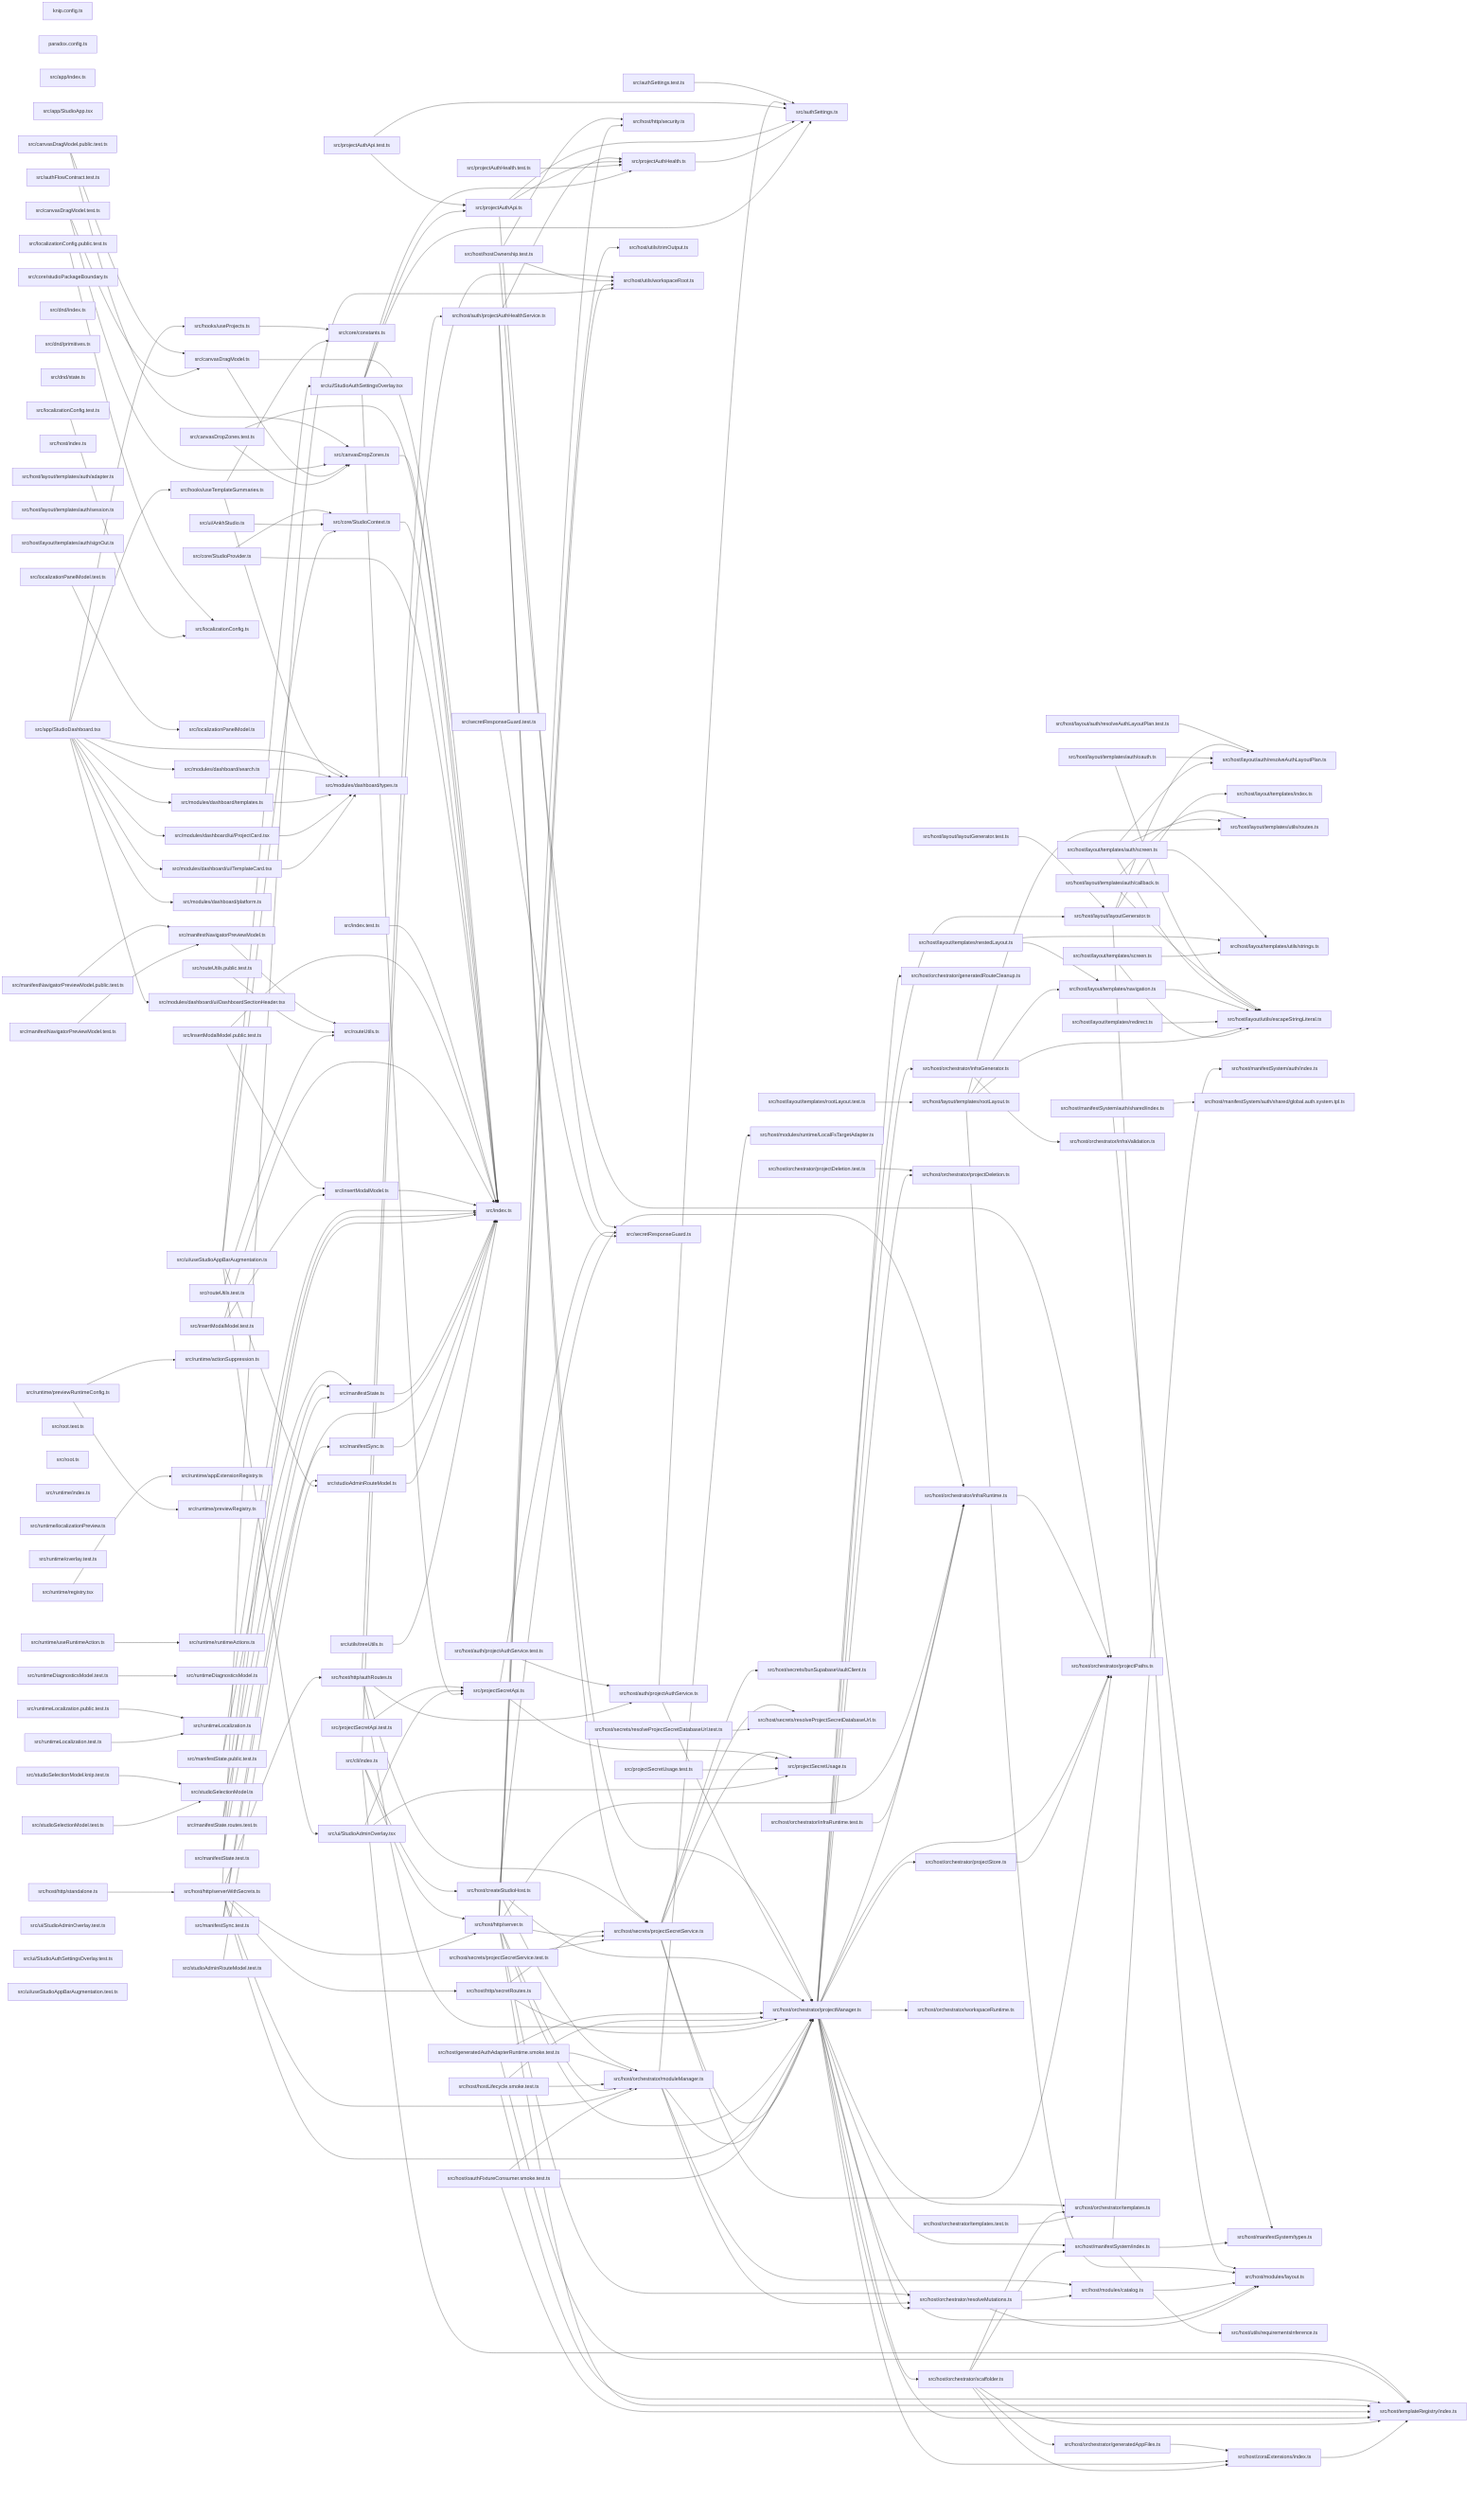
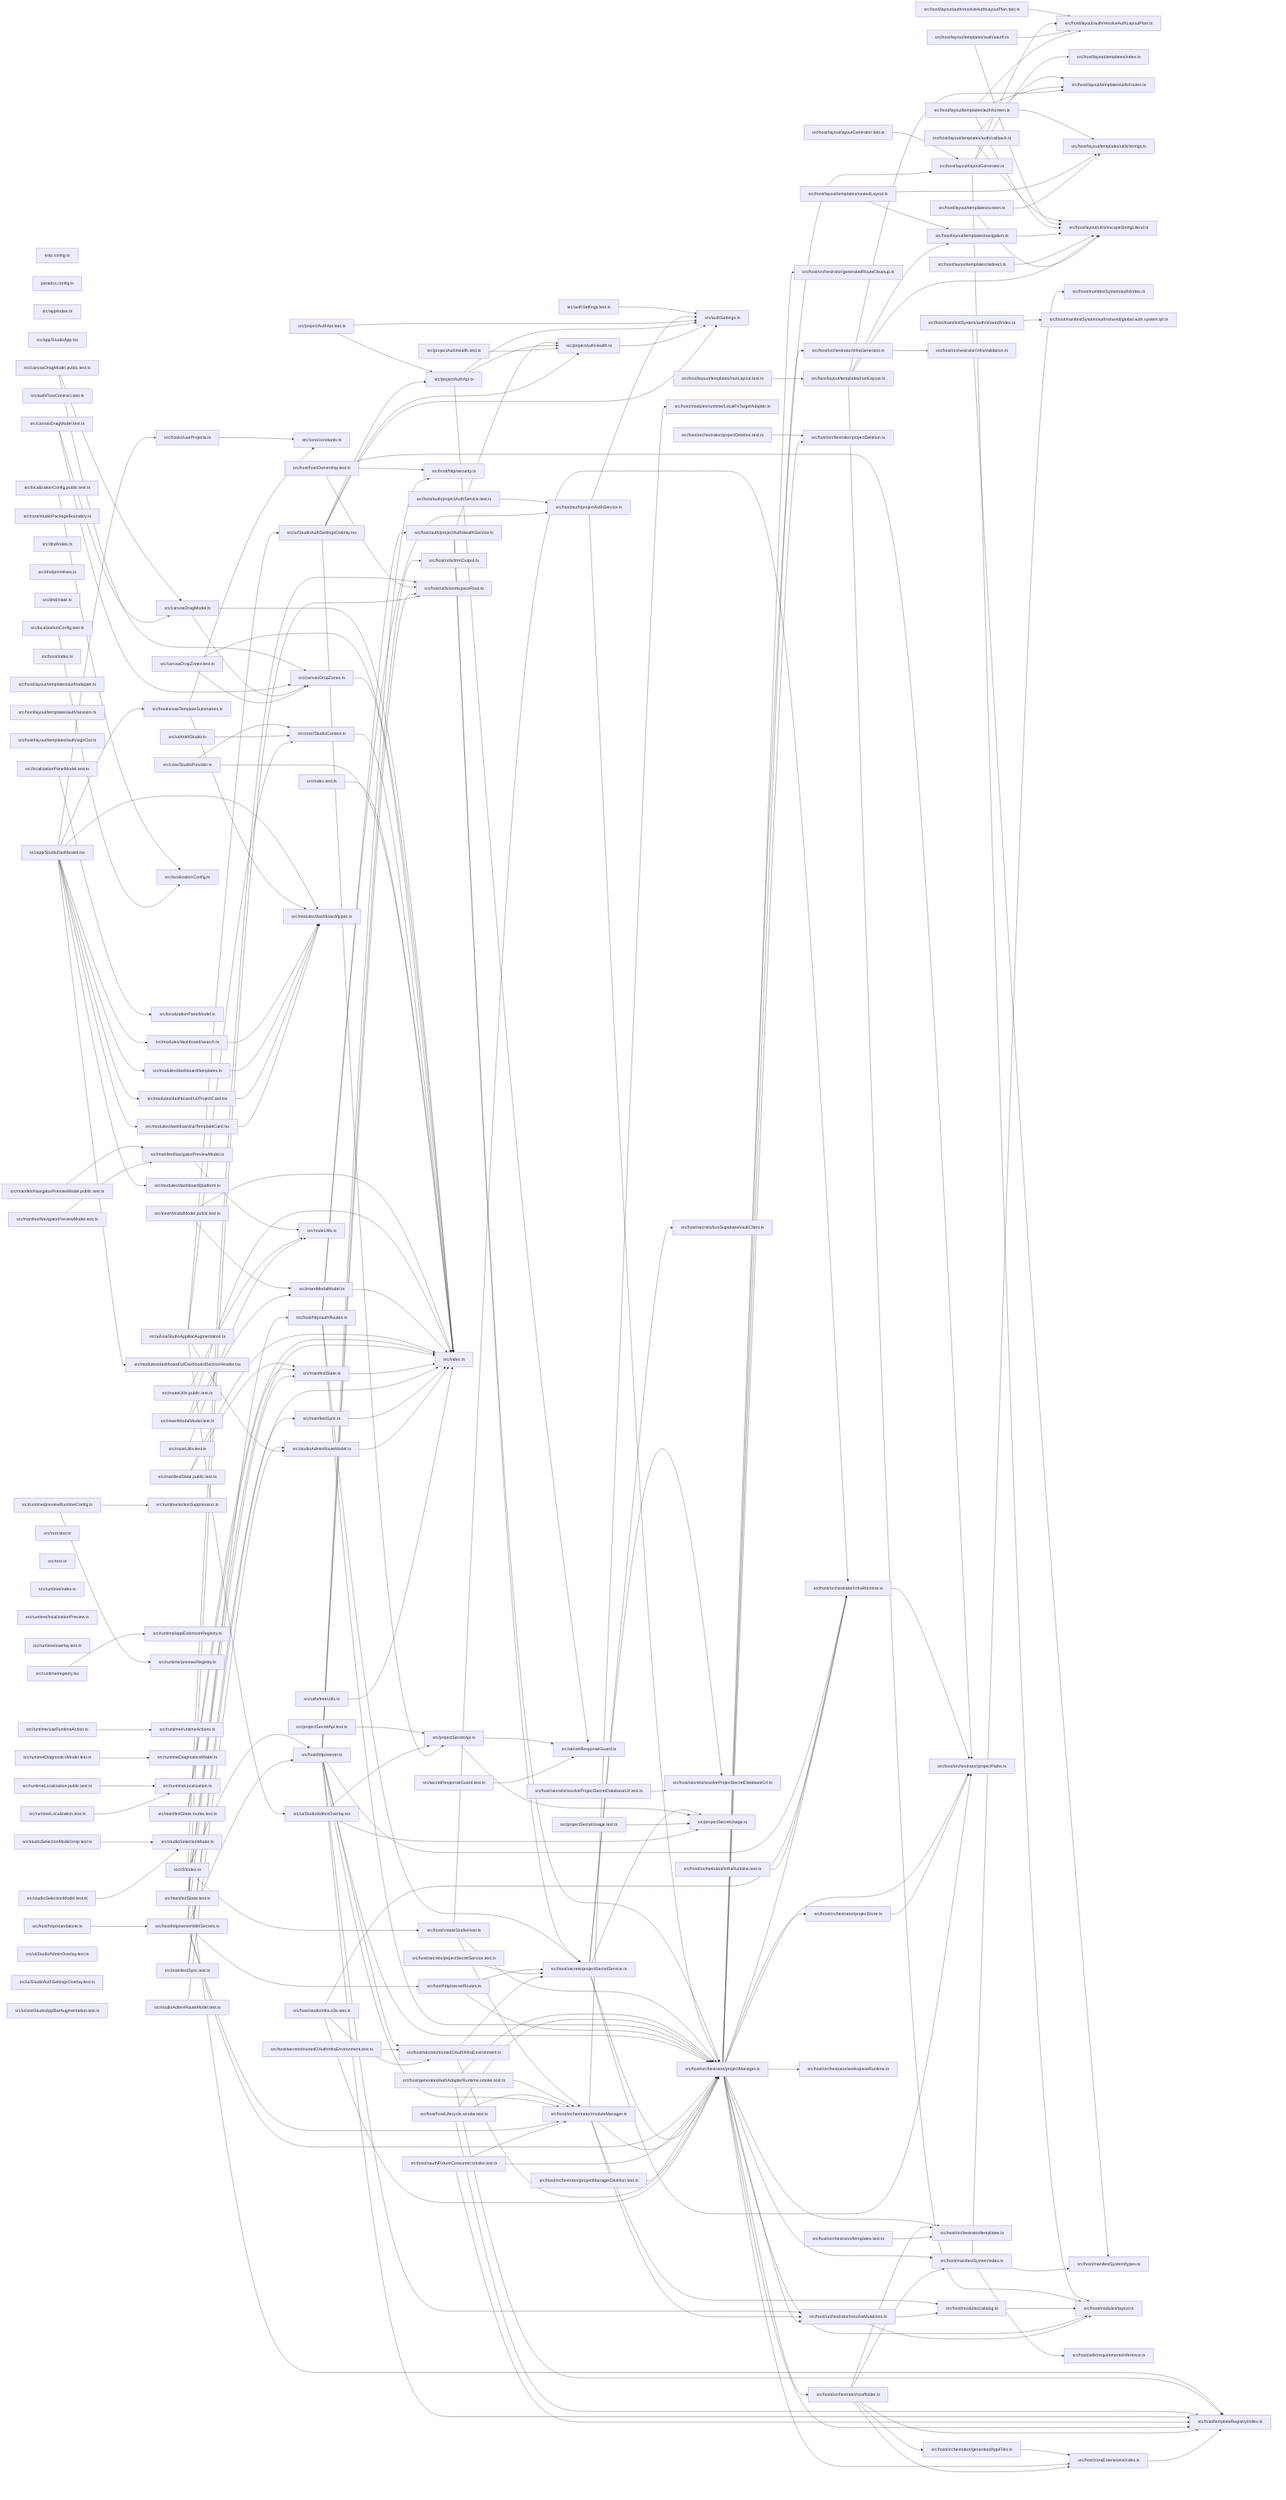
graph LR
  module_knip_config_ts["knip.config.ts"]
  module_paradox_config_ts["paradox.config.ts"]
  module_src_app_index_ts["src/app/index.ts"]
  module_src_app_StudioApp_tsx["src/app/StudioApp.tsx"]
  module_src_app_StudioDashboard_tsx["src/app/StudioDashboard.tsx"]
  module_src_authFlowContract_test_ts["src/authFlowContract.test.ts"]
  module_src_authSettings_test_ts["src/authSettings.test.ts"]
  module_src_authSettings_ts["src/authSettings.ts"]
  module_src_canvasDragModel_public_test_ts["src/canvasDragModel.public.test.ts"]
  module_src_canvasDragModel_test_ts["src/canvasDragModel.test.ts"]
  module_src_canvasDragModel_ts["src/canvasDragModel.ts"]
  module_src_canvasDropZones_test_ts["src/canvasDropZones.test.ts"]
  module_src_canvasDropZones_ts["src/canvasDropZones.ts"]
  module_src_cli_index_ts["src/cli/index.ts"]
  module_src_core_constants_ts["src/core/constants.ts"]
  module_src_core_StudioContext_ts["src/core/StudioContext.ts"]
  module_src_core_studioPackageBoundary_ts["src/core/studioPackageBoundary.ts"]
  module_src_core_StudioProvider_ts["src/core/StudioProvider.ts"]
  module_src_dnd_index_ts["src/dnd/index.ts"]
  module_src_dnd_primitives_ts["src/dnd/primitives.ts"]
  module_src_dnd_state_ts["src/dnd/state.ts"]
  module_src_hooks_useProjects_ts["src/hooks/useProjects.ts"]
  module_src_hooks_useTemplateSummaries_ts["src/hooks/useTemplateSummaries.ts"]
  module_src_host_auth_projectAuthHealthService_ts["src/host/auth/projectAuthHealthService.ts"]
  module_src_host_auth_projectAuthService_test_ts["src/host/auth/projectAuthService.test.ts"]
  module_src_host_auth_projectAuthService_ts["src/host/auth/projectAuthService.ts"]
  module_src_host_createStudioHost_ts["src/host/createStudioHost.ts"]
  module_src_host_generatedAuthAdapterRuntime_smoke_test_ts["src/host/generatedAuthAdapterRuntime.smoke.test.ts"]
  module_src_host_hostLifecycle_smoke_test_ts["src/host/hostLifecycle.smoke.test.ts"]
  module_src_host_hostOwnership_test_ts["src/host/hostOwnership.test.ts"]
  module_src_host_http_authRoutes_ts["src/host/http/authRoutes.ts"]
  module_src_host_http_secretRoutes_ts["src/host/http/secretRoutes.ts"]
  module_src_host_http_security_ts["src/host/http/security.ts"]
  module_src_host_http_server_ts["src/host/http/server.ts"]
  module_src_host_http_serverWithSecrets_ts["src/host/http/serverWithSecrets.ts"]
  module_src_host_http_standalone_ts["src/host/http/standalone.ts"]
  module_src_host_index_ts["src/host/index.ts"]
  module_src_host_layout_auth_resolveAuthLayoutPlan_test_ts["src/host/layout/auth/resolveAuthLayoutPlan.test.ts"]
  module_src_host_layout_auth_resolveAuthLayoutPlan_ts["src/host/layout/auth/resolveAuthLayoutPlan.ts"]
  module_src_host_layout_layoutGenerator_test_ts["src/host/layout/layoutGenerator.test.ts"]
  module_src_host_layout_layoutGenerator_ts["src/host/layout/layoutGenerator.ts"]
  module_src_host_layout_templates_auth_adapter_ts["src/host/layout/templates/auth/adapter.ts"]
  module_src_host_layout_templates_auth_callback_ts["src/host/layout/templates/auth/callback.ts"]
  module_src_host_layout_templates_auth_oauth_ts["src/host/layout/templates/auth/oauth.ts"]
  module_src_host_layout_templates_auth_screen_ts["src/host/layout/templates/auth/screen.ts"]
  module_src_host_layout_templates_auth_session_ts["src/host/layout/templates/auth/session.ts"]
  module_src_host_layout_templates_auth_signOut_ts["src/host/layout/templates/auth/signOut.ts"]
  module_src_host_layout_templates_index_ts["src/host/layout/templates/index.ts"]
  module_src_host_layout_templates_navigation_ts["src/host/layout/templates/navigation.ts"]
  module_src_host_layout_templates_nestedLayout_ts["src/host/layout/templates/nestedLayout.ts"]
  module_src_host_layout_templates_redirect_ts["src/host/layout/templates/redirect.ts"]
  module_src_host_layout_templates_rootLayout_test_ts["src/host/layout/templates/rootLayout.test.ts"]
  module_src_host_layout_templates_rootLayout_ts["src/host/layout/templates/rootLayout.ts"]
  module_src_host_layout_templates_screen_ts["src/host/layout/templates/screen.ts"]
  module_src_host_layout_templates_utils_routes_ts["src/host/layout/templates/utils/routes.ts"]
  module_src_host_layout_templates_utils_strings_ts["src/host/layout/templates/utils/strings.ts"]
  module_src_host_layout_utils_escapeStringLiteral_ts["src/host/layout/utils/escapeStringLiteral.ts"]
  module_src_host_manifestSystem_auth_index_ts["src/host/manifestSystem/auth/index.ts"]
  module_src_host_manifestSystem_auth_shared_global_auth_system_tpl_ts["src/host/manifestSystem/auth/shared/global.auth.system.tpl.ts"]
  module_src_host_manifestSystem_auth_shared_index_ts["src/host/manifestSystem/auth/shared/index.ts"]
  module_src_host_manifestSystem_index_ts["src/host/manifestSystem/index.ts"]
  module_src_host_manifestSystem_types_ts["src/host/manifestSystem/types.ts"]
  module_src_host_modules_catalog_ts["src/host/modules/catalog.ts"]
  module_src_host_modules_layout_ts["src/host/modules/layout.ts"]
  module_src_host_modules_runtime_LocalFsTargetAdapter_ts["src/host/modules/runtime/LocalFsTargetAdapter.ts"]
  module_src_host_oauthFixtureConsumer_smoke_test_ts["src/host/oauthFixtureConsumer.smoke.test.ts"]
  module_src_host_orchestrator_generatedAppFiles_ts["src/host/orchestrator/generatedAppFiles.ts"]
  module_src_host_orchestrator_generatedRouteCleanup_ts["src/host/orchestrator/generatedRouteCleanup.ts"]
  module_src_host_orchestrator_infraGenerator_ts["src/host/orchestrator/infraGenerator.ts"]
  module_src_host_orchestrator_infraRuntime_test_ts["src/host/orchestrator/infraRuntime.test.ts"]
  module_src_host_orchestrator_infraRuntime_ts["src/host/orchestrator/infraRuntime.ts"]
  module_src_host_orchestrator_infraValidation_ts["src/host/orchestrator/infraValidation.ts"]
  module_src_host_orchestrator_moduleManager_ts["src/host/orchestrator/moduleManager.ts"]
  module_src_host_orchestrator_projectDeletion_test_ts["src/host/orchestrator/projectDeletion.test.ts"]
  module_src_host_orchestrator_projectDeletion_ts["src/host/orchestrator/projectDeletion.ts"]
  module_src_host_orchestrator_projectManager_ts["src/host/orchestrator/projectManager.ts"]
+   module_src_host_orchestrator_projectManagerDeletion_test_ts["src/host/orchestrator/projectManagerDeletion.test.ts"]
  module_src_host_orchestrator_projectPaths_ts["src/host/orchestrator/projectPaths.ts"]
  module_src_host_orchestrator_projectStore_ts["src/host/orchestrator/projectStore.ts"]
  module_src_host_orchestrator_resolveMutations_ts["src/host/orchestrator/resolveMutations.ts"]
  module_src_host_orchestrator_scaffolder_ts["src/host/orchestrator/scaffolder.ts"]
  module_src_host_orchestrator_templates_test_ts["src/host/orchestrator/templates.test.ts"]
  module_src_host_orchestrator_templates_ts["src/host/orchestrator/templates.ts"]
  module_src_host_orchestrator_workspaceRuntime_ts["src/host/orchestrator/workspaceRuntime.ts"]
  module_src_host_secrets_bunSupabaseVaultClient_ts["src/host/secrets/bunSupabaseVaultClient.ts"]
  module_src_host_secrets_projectSecretService_test_ts["src/host/secrets/projectSecretService.test.ts"]
  module_src_host_secrets_projectSecretService_ts["src/host/secrets/projectSecretService.ts"]
  module_src_host_secrets_resolveProjectSecretDatabaseUrl_test_ts["src/host/secrets/resolveProjectSecretDatabaseUrl.test.ts"]
  module_src_host_secrets_resolveProjectSecretDatabaseUrl_ts["src/host/secrets/resolveProjectSecretDatabaseUrl.ts"]
+   module_src_host_secrets_trustedOAuthInfraEnvironment_test_ts["src/host/secrets/trustedOAuthInfraEnvironment.test.ts"]
+   module_src_host_secrets_trustedOAuthInfraEnvironment_ts["src/host/secrets/trustedOAuthInfraEnvironment.ts"]
+   module_src_host_studioInfra_e2e_test_ts["src/host/studioInfra.e2e.test.ts"]
  module_src_host_templateRegistry_index_ts["src/host/templateRegistry/index.ts"]
  module_src_host_utils_requirementsInference_ts["src/host/utils/requirementsInference.ts"]
  module_src_host_utils_trimOutput_ts["src/host/utils/trimOutput.ts"]
  module_src_host_utils_workspaceRoot_ts["src/host/utils/workspaceRoot.ts"]
  module_src_host_zoraExtensions_index_ts["src/host/zoraExtensions/index.ts"]
  module_src_index_test_ts["src/index.test.ts"]
  module_src_index_ts["src/index.ts"]
  module_src_insertModalModel_public_test_ts["src/insertModalModel.public.test.ts"]
  module_src_insertModalModel_test_ts["src/insertModalModel.test.ts"]
  module_src_insertModalModel_ts["src/insertModalModel.ts"]
  module_src_localizationConfig_public_test_ts["src/localizationConfig.public.test.ts"]
  module_src_localizationConfig_test_ts["src/localizationConfig.test.ts"]
  module_src_localizationConfig_ts["src/localizationConfig.ts"]
  module_src_localizationPanelModel_test_ts["src/localizationPanelModel.test.ts"]
  module_src_localizationPanelModel_ts["src/localizationPanelModel.ts"]
  module_src_manifestNavigatorPreviewModel_public_test_ts["src/manifestNavigatorPreviewModel.public.test.ts"]
  module_src_manifestNavigatorPreviewModel_test_ts["src/manifestNavigatorPreviewModel.test.ts"]
  module_src_manifestNavigatorPreviewModel_ts["src/manifestNavigatorPreviewModel.ts"]
  module_src_manifestState_public_test_ts["src/manifestState.public.test.ts"]
  module_src_manifestState_routes_test_ts["src/manifestState.routes.test.ts"]
  module_src_manifestState_test_ts["src/manifestState.test.ts"]
  module_src_manifestState_ts["src/manifestState.ts"]
  module_src_manifestSync_test_ts["src/manifestSync.test.ts"]
  module_src_manifestSync_ts["src/manifestSync.ts"]
  module_src_modules_dashboard_platform_ts["src/modules/dashboard/platform.ts"]
  module_src_modules_dashboard_search_ts["src/modules/dashboard/search.ts"]
  module_src_modules_dashboard_templates_ts["src/modules/dashboard/templates.ts"]
  module_src_modules_dashboard_types_ts["src/modules/dashboard/types.ts"]
  module_src_modules_dashboard_ui_DashboardSectionHeader_tsx["src/modules/dashboard/ui/DashboardSectionHeader.tsx"]
  module_src_modules_dashboard_ui_ProjectCard_tsx["src/modules/dashboard/ui/ProjectCard.tsx"]
  module_src_modules_dashboard_ui_TemplateCard_tsx["src/modules/dashboard/ui/TemplateCard.tsx"]
  module_src_projectAuthApi_test_ts["src/projectAuthApi.test.ts"]
  module_src_projectAuthApi_ts["src/projectAuthApi.ts"]
  module_src_projectAuthHealth_test_ts["src/projectAuthHealth.test.ts"]
  module_src_projectAuthHealth_ts["src/projectAuthHealth.ts"]
  module_src_projectSecretApi_test_ts["src/projectSecretApi.test.ts"]
  module_src_projectSecretApi_ts["src/projectSecretApi.ts"]
  module_src_projectSecretUsage_test_ts["src/projectSecretUsage.test.ts"]
  module_src_projectSecretUsage_ts["src/projectSecretUsage.ts"]
  module_src_root_test_ts["src/root.test.ts"]
  module_src_root_ts["src/root.ts"]
  module_src_routeUtils_public_test_ts["src/routeUtils.public.test.ts"]
  module_src_routeUtils_test_ts["src/routeUtils.test.ts"]
  module_src_routeUtils_ts["src/routeUtils.ts"]
  module_src_runtime_actionSuppression_ts["src/runtime/actionSuppression.ts"]
  module_src_runtime_appExtensionRegistry_ts["src/runtime/appExtensionRegistry.ts"]
  module_src_runtime_index_ts["src/runtime/index.ts"]
  module_src_runtime_localizationPreview_ts["src/runtime/localizationPreview.ts"]
  module_src_runtime_overlay_test_ts["src/runtime/overlay.test.ts"]
  module_src_runtime_previewRegistry_ts["src/runtime/previewRegistry.ts"]
  module_src_runtime_previewRuntimeConfig_ts["src/runtime/previewRuntimeConfig.ts"]
  module_src_runtime_registry_tsx["src/runtime/registry.tsx"]
  module_src_runtime_runtimeActions_ts["src/runtime/runtimeActions.ts"]
  module_src_runtime_useRuntimeAction_ts["src/runtime/useRuntimeAction.ts"]
  module_src_runtimeDiagnosticsModel_test_ts["src/runtimeDiagnosticsModel.test.ts"]
  module_src_runtimeDiagnosticsModel_ts["src/runtimeDiagnosticsModel.ts"]
  module_src_runtimeLocalization_public_test_ts["src/runtimeLocalization.public.test.ts"]
  module_src_runtimeLocalization_test_ts["src/runtimeLocalization.test.ts"]
  module_src_runtimeLocalization_ts["src/runtimeLocalization.ts"]
  module_src_secretResponseGuard_test_ts["src/secretResponseGuard.test.ts"]
  module_src_secretResponseGuard_ts["src/secretResponseGuard.ts"]
  module_src_studioAdminRouteModel_test_ts["src/studioAdminRouteModel.test.ts"]
  module_src_studioAdminRouteModel_ts["src/studioAdminRouteModel.ts"]
  module_src_studioSelectionModel_knip_test_ts["src/studioSelectionModel.knip.test.ts"]
  module_src_studioSelectionModel_test_ts["src/studioSelectionModel.test.ts"]
  module_src_studioSelectionModel_ts["src/studioSelectionModel.ts"]
  module_src_ui_AnkhStudio_ts["src/ui/AnkhStudio.ts"]
  module_src_ui_StudioAdminOverlay_test_ts["src/ui/StudioAdminOverlay.test.ts"]
  module_src_ui_StudioAdminOverlay_tsx["src/ui/StudioAdminOverlay.tsx"]
  module_src_ui_StudioAuthSettingsOverlay_test_ts["src/ui/StudioAuthSettingsOverlay.test.ts"]
  module_src_ui_StudioAuthSettingsOverlay_tsx["src/ui/StudioAuthSettingsOverlay.tsx"]
  module_src_ui_useStudioAppBarAugmentation_test_ts["src/ui/useStudioAppBarAugmentation.test.ts"]
  module_src_ui_useStudioAppBarAugmentation_ts["src/ui/useStudioAppBarAugmentation.ts"]
  module_src_utils_treeUtils_ts["src/utils/treeUtils.ts"]
  module_src_app_StudioDashboard_tsx --> module_src_hooks_useProjects_ts
  module_src_app_StudioDashboard_tsx --> module_src_hooks_useTemplateSummaries_ts
  module_src_app_StudioDashboard_tsx --> module_src_modules_dashboard_platform_ts
  module_src_app_StudioDashboard_tsx --> module_src_modules_dashboard_search_ts
  module_src_app_StudioDashboard_tsx --> module_src_modules_dashboard_templates_ts
  module_src_app_StudioDashboard_tsx --> module_src_modules_dashboard_types_ts
  module_src_app_StudioDashboard_tsx --> module_src_modules_dashboard_ui_DashboardSectionHeader_tsx
  module_src_app_StudioDashboard_tsx --> module_src_modules_dashboard_ui_ProjectCard_tsx
  module_src_app_StudioDashboard_tsx --> module_src_modules_dashboard_ui_TemplateCard_tsx
  module_src_authSettings_test_ts --> module_src_authSettings_ts
  module_src_canvasDragModel_public_test_ts --> module_src_canvasDragModel_ts
  module_src_canvasDragModel_public_test_ts --> module_src_canvasDropZones_ts
  module_src_canvasDragModel_test_ts --> module_src_canvasDragModel_ts
  module_src_canvasDragModel_test_ts --> module_src_canvasDropZones_ts
  module_src_canvasDragModel_ts --> module_src_canvasDropZones_ts
  module_src_canvasDragModel_ts --> module_src_index_ts
  module_src_canvasDropZones_test_ts --> module_src_canvasDropZones_ts
  module_src_canvasDropZones_test_ts --> module_src_index_ts
  module_src_canvasDropZones_ts --> module_src_index_ts
  module_src_cli_index_ts --> module_src_host_createStudioHost_ts
  module_src_cli_index_ts --> module_src_host_http_server_ts
  module_src_cli_index_ts --> module_src_host_templateRegistry_index_ts
  module_src_cli_index_ts --> module_src_host_utils_workspaceRoot_ts
  module_src_core_StudioContext_ts --> module_src_index_ts
  module_src_core_StudioProvider_ts --> module_src_core_StudioContext_ts
  module_src_core_StudioProvider_ts --> module_src_index_ts
  module_src_hooks_useProjects_ts --> module_src_core_constants_ts
  module_src_hooks_useTemplateSummaries_ts --> module_src_core_constants_ts
  module_src_hooks_useTemplateSummaries_ts --> module_src_modules_dashboard_types_ts
  module_src_host_auth_projectAuthHealthService_ts --> module_src_host_orchestrator_projectManager_ts
  module_src_host_auth_projectAuthHealthService_ts --> module_src_host_secrets_projectSecretService_ts
  module_src_host_auth_projectAuthHealthService_ts --> module_src_projectAuthHealth_ts
  module_src_host_auth_projectAuthService_test_ts --> module_src_host_auth_projectAuthService_ts
  module_src_host_auth_projectAuthService_ts --> module_src_authSettings_ts
  module_src_host_auth_projectAuthService_ts --> module_src_host_orchestrator_projectManager_ts
  module_src_host_createStudioHost_ts --> module_src_host_orchestrator_infraRuntime_ts
  module_src_host_createStudioHost_ts --> module_src_host_orchestrator_moduleManager_ts
  module_src_host_createStudioHost_ts --> module_src_host_orchestrator_projectManager_ts
  module_src_host_generatedAuthAdapterRuntime_smoke_test_ts --> module_src_host_orchestrator_moduleManager_ts
  module_src_host_generatedAuthAdapterRuntime_smoke_test_ts --> module_src_host_orchestrator_projectManager_ts
  module_src_host_generatedAuthAdapterRuntime_smoke_test_ts --> module_src_host_templateRegistry_index_ts
  module_src_host_hostLifecycle_smoke_test_ts --> module_src_host_orchestrator_moduleManager_ts
  module_src_host_hostLifecycle_smoke_test_ts --> module_src_host_orchestrator_projectManager_ts
  module_src_host_hostLifecycle_smoke_test_ts --> module_src_host_templateRegistry_index_ts
  module_src_host_hostOwnership_test_ts --> module_src_host_http_security_ts
  module_src_host_hostOwnership_test_ts --> module_src_host_orchestrator_projectPaths_ts
  module_src_host_hostOwnership_test_ts --> module_src_host_utils_workspaceRoot_ts
  module_src_host_http_authRoutes_ts --> module_src_host_auth_projectAuthHealthService_ts
  module_src_host_http_authRoutes_ts --> module_src_host_auth_projectAuthService_ts
  module_src_host_http_authRoutes_ts --> module_src_host_orchestrator_projectManager_ts
  module_src_host_http_authRoutes_ts --> module_src_host_secrets_projectSecretService_ts
  module_src_host_http_secretRoutes_ts --> module_src_host_orchestrator_projectManager_ts
  module_src_host_http_secretRoutes_ts --> module_src_host_secrets_projectSecretService_ts
  module_src_host_http_server_ts --> module_src_host_http_security_ts
  module_src_host_http_server_ts --> module_src_host_orchestrator_infraRuntime_ts
  module_src_host_http_server_ts --> module_src_host_orchestrator_moduleManager_ts
  module_src_host_http_server_ts --> module_src_host_orchestrator_projectManager_ts
  module_src_host_http_server_ts --> module_src_host_orchestrator_resolveMutations_ts
-   module_src_host_http_server_ts --> module_src_host_secrets_projectSecretService_ts
+   module_src_host_http_server_ts --> module_src_host_secrets_trustedOAuthInfraEnvironment_ts
  module_src_host_http_server_ts --> module_src_host_templateRegistry_index_ts
  module_src_host_http_server_ts --> module_src_host_utils_trimOutput_ts
  module_src_host_http_server_ts --> module_src_host_utils_workspaceRoot_ts
  module_src_host_http_serverWithSecrets_ts --> module_src_host_http_authRoutes_ts
  module_src_host_http_serverWithSecrets_ts --> module_src_host_http_secretRoutes_ts
  module_src_host_http_serverWithSecrets_ts --> module_src_host_http_server_ts
  module_src_host_http_serverWithSecrets_ts --> module_src_host_orchestrator_moduleManager_ts
  module_src_host_http_serverWithSecrets_ts --> module_src_host_orchestrator_projectManager_ts
  module_src_host_http_serverWithSecrets_ts --> module_src_host_utils_workspaceRoot_ts
  module_src_host_http_standalone_ts --> module_src_host_http_serverWithSecrets_ts
  module_src_host_layout_auth_resolveAuthLayoutPlan_test_ts --> module_src_host_layout_auth_resolveAuthLayoutPlan_ts
  module_src_host_layout_layoutGenerator_test_ts --> module_src_host_layout_layoutGenerator_ts
  module_src_host_layout_layoutGenerator_ts --> module_src_host_layout_auth_resolveAuthLayoutPlan_ts
  module_src_host_layout_layoutGenerator_ts --> module_src_host_layout_templates_index_ts
  module_src_host_layout_layoutGenerator_ts --> module_src_host_modules_layout_ts
  module_src_host_layout_templates_auth_callback_ts --> module_src_host_layout_templates_utils_routes_ts
  module_src_host_layout_templates_auth_callback_ts --> module_src_host_layout_utils_escapeStringLiteral_ts
  module_src_host_layout_templates_auth_oauth_ts --> module_src_host_layout_auth_resolveAuthLayoutPlan_ts
  module_src_host_layout_templates_auth_oauth_ts --> module_src_host_layout_utils_escapeStringLiteral_ts
  module_src_host_layout_templates_auth_screen_ts --> module_src_host_layout_auth_resolveAuthLayoutPlan_ts
  module_src_host_layout_templates_auth_screen_ts --> module_src_host_layout_templates_utils_routes_ts
  module_src_host_layout_templates_auth_screen_ts --> module_src_host_layout_templates_utils_strings_ts
  module_src_host_layout_templates_auth_screen_ts --> module_src_host_layout_utils_escapeStringLiteral_ts
  module_src_host_layout_templates_navigation_ts --> module_src_host_layout_utils_escapeStringLiteral_ts
  module_src_host_layout_templates_nestedLayout_ts --> module_src_host_layout_templates_navigation_ts
  module_src_host_layout_templates_nestedLayout_ts --> module_src_host_layout_templates_utils_strings_ts
  module_src_host_layout_templates_redirect_ts --> module_src_host_layout_utils_escapeStringLiteral_ts
  module_src_host_layout_templates_rootLayout_test_ts --> module_src_host_layout_templates_rootLayout_ts
  module_src_host_layout_templates_rootLayout_ts --> module_src_host_layout_templates_navigation_ts
  module_src_host_layout_templates_rootLayout_ts --> module_src_host_layout_templates_utils_routes_ts
  module_src_host_layout_templates_rootLayout_ts --> module_src_host_layout_utils_escapeStringLiteral_ts
  module_src_host_layout_templates_rootLayout_ts --> module_src_host_modules_layout_ts
  module_src_host_layout_templates_screen_ts --> module_src_host_layout_templates_utils_strings_ts
  module_src_host_layout_templates_screen_ts --> module_src_host_layout_utils_escapeStringLiteral_ts
  module_src_host_manifestSystem_auth_shared_index_ts --> module_src_host_manifestSystem_auth_shared_global_auth_system_tpl_ts
  module_src_host_manifestSystem_auth_shared_index_ts --> module_src_host_manifestSystem_types_ts
  module_src_host_manifestSystem_index_ts --> module_src_host_manifestSystem_auth_index_ts
  module_src_host_manifestSystem_index_ts --> module_src_host_manifestSystem_types_ts
  module_src_host_manifestSystem_index_ts --> module_src_host_utils_requirementsInference_ts
  module_src_host_modules_catalog_ts --> module_src_host_modules_layout_ts
  module_src_host_oauthFixtureConsumer_smoke_test_ts --> module_src_host_orchestrator_moduleManager_ts
  module_src_host_oauthFixtureConsumer_smoke_test_ts --> module_src_host_orchestrator_projectManager_ts
  module_src_host_oauthFixtureConsumer_smoke_test_ts --> module_src_host_templateRegistry_index_ts
  module_src_host_orchestrator_generatedAppFiles_ts --> module_src_host_zoraExtensions_index_ts
  module_src_host_orchestrator_infraGenerator_ts --> module_src_host_orchestrator_infraValidation_ts
  module_src_host_orchestrator_infraRuntime_test_ts --> module_src_host_orchestrator_infraRuntime_ts
  module_src_host_orchestrator_infraRuntime_ts --> module_src_host_orchestrator_projectPaths_ts
  module_src_host_orchestrator_moduleManager_ts --> module_src_host_modules_catalog_ts
  module_src_host_orchestrator_moduleManager_ts --> module_src_host_modules_runtime_LocalFsTargetAdapter_ts
  module_src_host_orchestrator_moduleManager_ts --> module_src_host_orchestrator_projectManager_ts
  module_src_host_orchestrator_moduleManager_ts --> module_src_host_orchestrator_resolveMutations_ts
  module_src_host_orchestrator_projectDeletion_test_ts --> module_src_host_orchestrator_projectDeletion_ts
  module_src_host_orchestrator_projectManager_ts --> module_src_host_layout_layoutGenerator_ts
  module_src_host_orchestrator_projectManager_ts --> module_src_host_manifestSystem_index_ts
  module_src_host_orchestrator_projectManager_ts --> module_src_host_modules_layout_ts
  module_src_host_orchestrator_projectManager_ts --> module_src_host_orchestrator_generatedRouteCleanup_ts
  module_src_host_orchestrator_projectManager_ts --> module_src_host_orchestrator_infraGenerator_ts
  module_src_host_orchestrator_projectManager_ts --> module_src_host_orchestrator_infraRuntime_ts
  module_src_host_orchestrator_projectManager_ts --> module_src_host_orchestrator_projectDeletion_ts
  module_src_host_orchestrator_projectManager_ts --> module_src_host_orchestrator_projectPaths_ts
  module_src_host_orchestrator_projectManager_ts --> module_src_host_orchestrator_projectStore_ts
  module_src_host_orchestrator_projectManager_ts --> module_src_host_orchestrator_resolveMutations_ts
  module_src_host_orchestrator_projectManager_ts --> module_src_host_orchestrator_scaffolder_ts
  module_src_host_orchestrator_projectManager_ts --> module_src_host_orchestrator_templates_ts
  module_src_host_orchestrator_projectManager_ts --> module_src_host_orchestrator_workspaceRuntime_ts
  module_src_host_orchestrator_projectManager_ts --> module_src_host_templateRegistry_index_ts
  module_src_host_orchestrator_projectManager_ts --> module_src_host_zoraExtensions_index_ts
+   module_src_host_orchestrator_projectManagerDeletion_test_ts --> module_src_host_orchestrator_projectManager_ts
  module_src_host_orchestrator_projectStore_ts --> module_src_host_orchestrator_projectPaths_ts
  module_src_host_orchestrator_resolveMutations_ts --> module_src_host_modules_catalog_ts
  module_src_host_orchestrator_resolveMutations_ts --> module_src_host_modules_layout_ts
  module_src_host_orchestrator_scaffolder_ts --> module_src_host_manifestSystem_index_ts
  module_src_host_orchestrator_scaffolder_ts --> module_src_host_orchestrator_generatedAppFiles_ts
  module_src_host_orchestrator_scaffolder_ts --> module_src_host_orchestrator_templates_ts
  module_src_host_orchestrator_scaffolder_ts --> module_src_host_templateRegistry_index_ts
  module_src_host_orchestrator_scaffolder_ts --> module_src_host_zoraExtensions_index_ts
  module_src_host_orchestrator_templates_test_ts --> module_src_host_orchestrator_templates_ts
  module_src_host_secrets_projectSecretService_test_ts --> module_src_host_secrets_projectSecretService_ts
  module_src_host_secrets_projectSecretService_ts --> module_src_host_orchestrator_projectManager_ts
  module_src_host_secrets_projectSecretService_ts --> module_src_host_orchestrator_projectPaths_ts
  module_src_host_secrets_projectSecretService_ts --> module_src_host_secrets_bunSupabaseVaultClient_ts
  module_src_host_secrets_projectSecretService_ts --> module_src_host_secrets_resolveProjectSecretDatabaseUrl_ts
  module_src_host_secrets_projectSecretService_ts --> module_src_projectSecretUsage_ts
  module_src_host_secrets_resolveProjectSecretDatabaseUrl_test_ts --> module_src_host_secrets_resolveProjectSecretDatabaseUrl_ts
+   module_src_host_secrets_trustedOAuthInfraEnvironment_test_ts --> module_src_host_secrets_trustedOAuthInfraEnvironment_ts
+   module_src_host_secrets_trustedOAuthInfraEnvironment_ts --> module_src_host_orchestrator_projectManager_ts
+   module_src_host_secrets_trustedOAuthInfraEnvironment_ts --> module_src_host_secrets_projectSecretService_ts
+   module_src_host_studioInfra_e2e_test_ts --> module_src_host_orchestrator_infraRuntime_ts
+   module_src_host_studioInfra_e2e_test_ts --> module_src_host_orchestrator_projectManager_ts
+   module_src_host_studioInfra_e2e_test_ts --> module_src_host_secrets_trustedOAuthInfraEnvironment_ts
  module_src_host_zoraExtensions_index_ts --> module_src_host_templateRegistry_index_ts
  module_src_index_test_ts --> module_src_index_ts
  module_src_insertModalModel_public_test_ts --> module_src_index_ts
  module_src_insertModalModel_public_test_ts --> module_src_insertModalModel_ts
  module_src_insertModalModel_test_ts --> module_src_index_ts
  module_src_insertModalModel_test_ts --> module_src_insertModalModel_ts
  module_src_insertModalModel_ts --> module_src_index_ts
  module_src_localizationConfig_public_test_ts --> module_src_localizationConfig_ts
  module_src_localizationConfig_test_ts --> module_src_localizationConfig_ts
  module_src_localizationPanelModel_test_ts --> module_src_localizationPanelModel_ts
  module_src_manifestNavigatorPreviewModel_public_test_ts --> module_src_manifestNavigatorPreviewModel_ts
  module_src_manifestNavigatorPreviewModel_test_ts --> module_src_manifestNavigatorPreviewModel_ts
  module_src_manifestNavigatorPreviewModel_ts --> module_src_routeUtils_ts
  module_src_manifestState_public_test_ts --> module_src_index_ts
  module_src_manifestState_public_test_ts --> module_src_manifestState_ts
  module_src_manifestState_routes_test_ts --> module_src_index_ts
  module_src_manifestState_routes_test_ts --> module_src_manifestState_ts
  module_src_manifestState_test_ts --> module_src_index_ts
  module_src_manifestState_test_ts --> module_src_manifestState_ts
  module_src_manifestState_ts --> module_src_index_ts
  module_src_manifestSync_test_ts --> module_src_index_ts
  module_src_manifestSync_test_ts --> module_src_manifestSync_ts
  module_src_manifestSync_ts --> module_src_index_ts
  module_src_modules_dashboard_search_ts --> module_src_modules_dashboard_types_ts
  module_src_modules_dashboard_templates_ts --> module_src_modules_dashboard_types_ts
  module_src_modules_dashboard_ui_ProjectCard_tsx --> module_src_modules_dashboard_types_ts
  module_src_modules_dashboard_ui_TemplateCard_tsx --> module_src_modules_dashboard_types_ts
  module_src_projectAuthApi_test_ts --> module_src_authSettings_ts
  module_src_projectAuthApi_test_ts --> module_src_projectAuthApi_ts
  module_src_projectAuthApi_ts --> module_src_authSettings_ts
  module_src_projectAuthApi_ts --> module_src_projectAuthHealth_ts
  module_src_projectAuthApi_ts --> module_src_secretResponseGuard_ts
  module_src_projectAuthHealth_test_ts --> module_src_projectAuthHealth_ts
  module_src_projectAuthHealth_ts --> module_src_authSettings_ts
  module_src_projectSecretApi_test_ts --> module_src_projectSecretApi_ts
  module_src_projectSecretApi_ts --> module_src_projectSecretUsage_ts
  module_src_projectSecretApi_ts --> module_src_secretResponseGuard_ts
  module_src_projectSecretUsage_test_ts --> module_src_projectSecretUsage_ts
  module_src_routeUtils_public_test_ts --> module_src_routeUtils_ts
  module_src_routeUtils_test_ts --> module_src_routeUtils_ts
  module_src_runtime_previewRuntimeConfig_ts --> module_src_runtime_actionSuppression_ts
  module_src_runtime_previewRuntimeConfig_ts --> module_src_runtime_previewRegistry_ts
  module_src_runtime_registry_tsx --> module_src_runtime_appExtensionRegistry_ts
  module_src_runtime_useRuntimeAction_ts --> module_src_runtime_runtimeActions_ts
  module_src_runtimeDiagnosticsModel_test_ts --> module_src_runtimeDiagnosticsModel_ts
  module_src_runtimeLocalization_public_test_ts --> module_src_runtimeLocalization_ts
  module_src_runtimeLocalization_test_ts --> module_src_runtimeLocalization_ts
  module_src_secretResponseGuard_test_ts --> module_src_secretResponseGuard_ts
  module_src_studioAdminRouteModel_test_ts --> module_src_studioAdminRouteModel_ts
  module_src_studioAdminRouteModel_ts --> module_src_index_ts
  module_src_studioSelectionModel_knip_test_ts --> module_src_studioSelectionModel_ts
  module_src_studioSelectionModel_test_ts --> module_src_studioSelectionModel_ts
  module_src_ui_AnkhStudio_ts --> module_src_core_StudioContext_ts
  module_src_ui_StudioAdminOverlay_tsx --> module_src_projectSecretApi_ts
  module_src_ui_StudioAdminOverlay_tsx --> module_src_projectSecretUsage_ts
  module_src_ui_StudioAuthSettingsOverlay_tsx --> module_src_authSettings_ts
  module_src_ui_StudioAuthSettingsOverlay_tsx --> module_src_projectAuthApi_ts
  module_src_ui_StudioAuthSettingsOverlay_tsx --> module_src_projectAuthHealth_ts
  module_src_ui_StudioAuthSettingsOverlay_tsx --> module_src_projectSecretApi_ts
  module_src_ui_useStudioAppBarAugmentation_ts --> module_src_core_StudioContext_ts
  module_src_ui_useStudioAppBarAugmentation_ts --> module_src_studioAdminRouteModel_ts
  module_src_ui_useStudioAppBarAugmentation_ts --> module_src_ui_StudioAdminOverlay_tsx
  module_src_ui_useStudioAppBarAugmentation_ts --> module_src_ui_StudioAuthSettingsOverlay_tsx
  module_src_utils_treeUtils_ts --> module_src_index_ts
